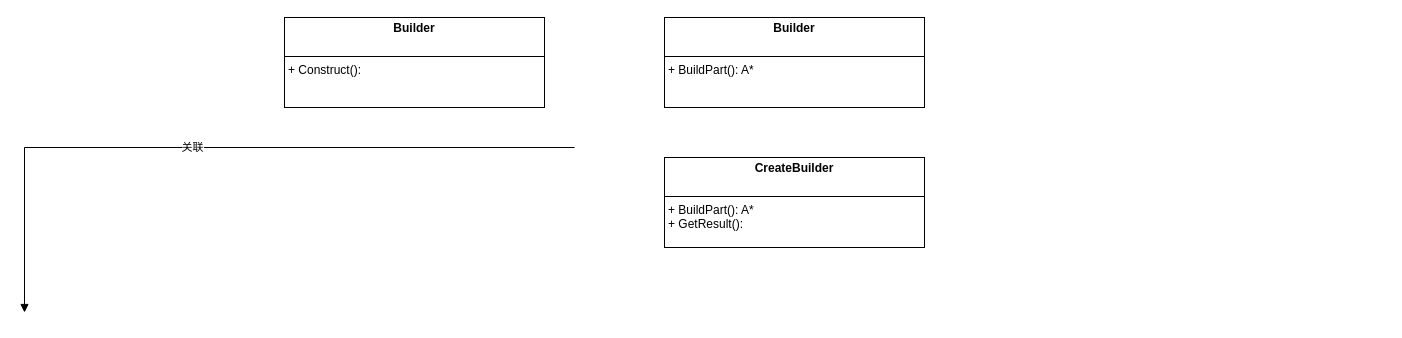
Earlier version of the draw.io diagram page "生成器" (3 of 3) of 设计模式.drawio (liyunhao2/technology). Source tidied: cells renumbered, new cells numbered last; positions are measured from the earlier drawing's top-left corner, leaving out a move shared by most shapes. Both pictures are drawn from the tidied source at 100%, with x=0, y=0 at pixel (24, 17).
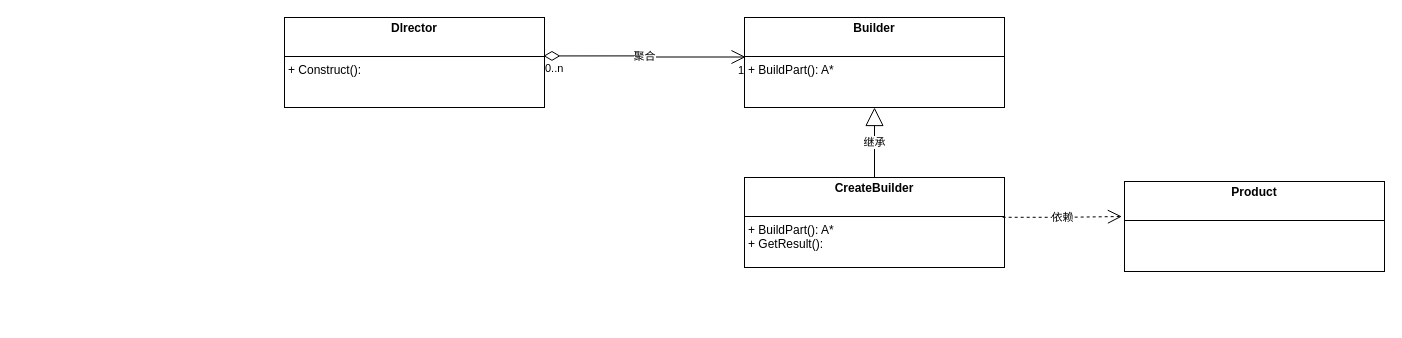
Above is the later version.

Commit message (it also covers changes not shown here):
更新设计模式.drawio

The edit, as a diff of the source:
```diff
@@
 <mxGraphModel>
   <root>
     <mxCell id="0" />
     <mxCell id="1" parent="0" />
-    <mxCell id="2" style="endArrow=block;startArrow=none;endFill=1;startFill=0;html=1;rounded=0;edgeStyle=orthogonalEdgeStyle;exitX=0;exitY=0.5;exitDx=0;exitDy=0;entryX=0.5;entryY=0;entryDx=0;entryDy=0;" parent="1" edge="1">
-      <mxGeometry relative="1" as="geometry">
-        <mxPoint x="550" y="130" as="sourcePoint" />
-        <mxPoint y="295" as="targetPoint" />
-        <Array as="points">
-          <mxPoint y="130" />
-        </Array>
-      </mxGeometry>
-    </mxCell>
-    <mxCell id="3" value="关联" style="edgeLabel;html=1;align=center;verticalAlign=middle;" parent="2" vertex="1">
-      <mxGeometry x="0.07" y="-1" relative="1" as="geometry" />
-    </mxCell>
     <mxCell id="4" value="&lt;p style=&quot;margin:0px;margin-top:4px;text-align:center;&quot;&gt;&lt;b&gt;Builder&lt;/b&gt;&lt;br&gt;&lt;/p&gt;&lt;p style=&quot;margin:0px;margin-left:4px;&quot;&gt;&lt;br&gt;&lt;/p&gt;&lt;hr size=&quot;1&quot; style=&quot;border-style:solid;&quot;&gt;&lt;p style=&quot;margin:0px;margin-left:4px;&quot;&gt;+ BuildPart(): A*&lt;/p&gt;" style="verticalAlign=top;align=left;overflow=fill;html=1;whiteSpace=wrap;" parent="1" vertex="1">
-      <mxGeometry x="640" width="260" height="90" as="geometry" />
+      <mxGeometry x="720" width="260" height="90" as="geometry" />
     </mxCell>
     <mxCell id="5" value="&lt;p style=&quot;margin:0px;margin-top:4px;text-align:center;&quot;&gt;&lt;b&gt;CreateBuilder&lt;/b&gt;&lt;br&gt;&lt;/p&gt;&lt;p style=&quot;margin:0px;margin-left:4px;&quot;&gt;&lt;br&gt;&lt;/p&gt;&lt;hr size=&quot;1&quot; style=&quot;border-style:solid;&quot;&gt;&lt;p style=&quot;margin:0px;margin-left:4px;&quot;&gt;+ BuildPart(): A*&lt;/p&gt;&lt;p style=&quot;margin:0px;margin-left:4px;&quot;&gt;+ GetResult():&amp;nbsp;&lt;br&gt;&lt;/p&gt;" style="verticalAlign=top;align=left;overflow=fill;html=1;whiteSpace=wrap;" parent="1" vertex="1">
-      <mxGeometry x="640" y="140" width="260" height="90" as="geometry" />
+      <mxGeometry x="720" y="160" width="260" height="90" as="geometry" />
     </mxCell>
-    <mxCell id="6" value="&lt;p style=&quot;margin:0px;margin-top:4px;text-align:center;&quot;&gt;&lt;b&gt;Builder&lt;/b&gt;&lt;br&gt;&lt;/p&gt;&lt;p style=&quot;margin:0px;margin-left:4px;&quot;&gt;&lt;br&gt;&lt;/p&gt;&lt;hr size=&quot;1&quot; style=&quot;border-style:solid;&quot;&gt;&lt;p style=&quot;margin:0px;margin-left:4px;&quot;&gt;+ Construct():&amp;nbsp;&lt;/p&gt;" style="verticalAlign=top;align=left;overflow=fill;html=1;whiteSpace=wrap;" parent="1" vertex="1">
+    <mxCell id="6" value="&lt;p style=&quot;margin:0px;margin-top:4px;text-align:center;&quot;&gt;&lt;b&gt;Dlrector&lt;/b&gt;&lt;br&gt;&lt;/p&gt;&lt;p style=&quot;margin:0px;margin-left:4px;&quot;&gt;&lt;br&gt;&lt;/p&gt;&lt;hr size=&quot;1&quot; style=&quot;border-style:solid;&quot;&gt;&lt;p style=&quot;margin:0px;margin-left:4px;&quot;&gt;+ Construct():&amp;nbsp;&lt;/p&gt;" style="verticalAlign=top;align=left;overflow=fill;html=1;whiteSpace=wrap;" parent="1" vertex="1">
       <mxGeometry x="260" width="260" height="90" as="geometry" />
     </mxCell>
+    <mxCell id="7" value="聚合" style="endArrow=open;html=1;endSize=12;startArrow=diamondThin;startSize=14;startFill=0;edgeStyle=orthogonalEdgeStyle;rounded=0;entryX=0.004;entryY=0.439;entryDx=0;entryDy=0;entryPerimeter=0;exitX=0.996;exitY=0.427;exitDx=0;exitDy=0;exitPerimeter=0;" parent="1" edge="1" source="6" target="4">
+      <mxGeometry relative="1" as="geometry" />
+    </mxCell>
+    <mxCell id="8" value="0..n" style="edgeLabel;html=1;align=left;verticalAlign=top;" parent="7" vertex="1">
+      <mxGeometry x="-1" relative="1" as="geometry" />
+    </mxCell>
+    <mxCell id="9" value="1" style="edgeLabel;html=1;align=right;verticalAlign=top;" parent="7" vertex="1">
+      <mxGeometry x="1" relative="1" as="geometry">
+        <mxPoint x="-1" as="offset" />
+      </mxGeometry>
+    </mxCell>
+    <mxCell id="10" value="继承" style="endArrow=block;endSize=16;endFill=0;html=1;rounded=0;edgeStyle=orthogonalEdgeStyle;entryX=0.5;entryY=1;entryDx=0;entryDy=0;exitX=0.5;exitY=0;exitDx=0;exitDy=0;" parent="1" edge="1" source="5" target="4">
+      <mxGeometry relative="1" as="geometry" />
+    </mxCell>
+    <mxCell id="11" value="&lt;p style=&quot;margin:0px;margin-top:4px;text-align:center;&quot;&gt;&lt;b&gt;Product&lt;/b&gt;&lt;br&gt;&lt;/p&gt;&lt;p style=&quot;margin:0px;margin-left:4px;&quot;&gt;&lt;br&gt;&lt;/p&gt;&lt;hr size=&quot;1&quot; style=&quot;border-style:solid;&quot;&gt;&lt;p style=&quot;margin:0px;margin-left:4px;&quot;&gt;&lt;br&gt;&lt;/p&gt;" style="verticalAlign=top;align=left;overflow=fill;html=1;whiteSpace=wrap;" parent="1" vertex="1">
+      <mxGeometry x="1100" y="164" width="260" height="90" as="geometry" />
+    </mxCell>
+    <mxCell id="12" value="依赖" style="endArrow=open;endSize=12;dashed=1;html=1;rounded=0;edgeStyle=orthogonalEdgeStyle;entryX=-0.01;entryY=0.389;entryDx=0;entryDy=0;entryPerimeter=0;exitX=0.993;exitY=0.442;exitDx=0;exitDy=0;exitPerimeter=0;" parent="1" edge="1" source="5" target="11">
+      <mxGeometry relative="1" as="geometry" />
+    </mxCell>
   </root>
 </mxGraphModel>
```
